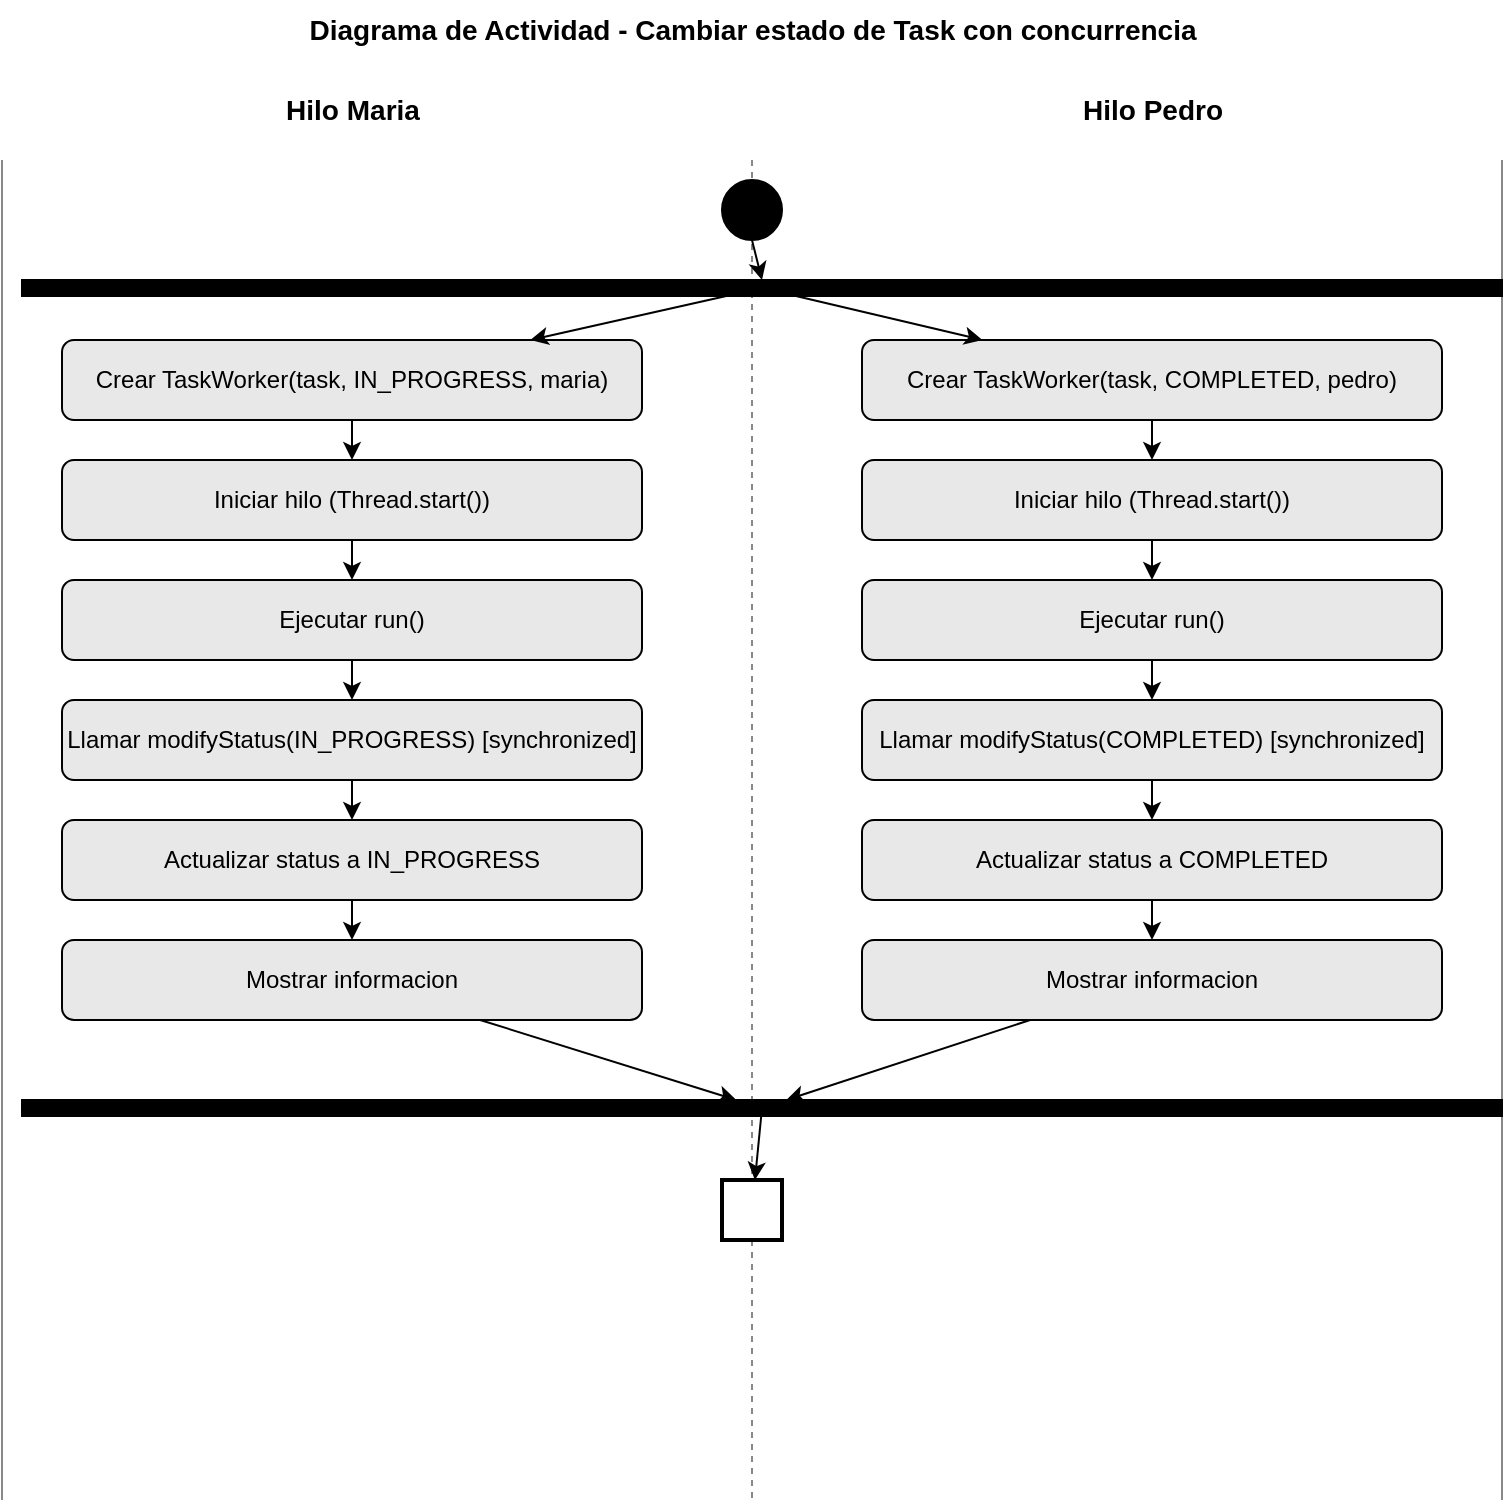
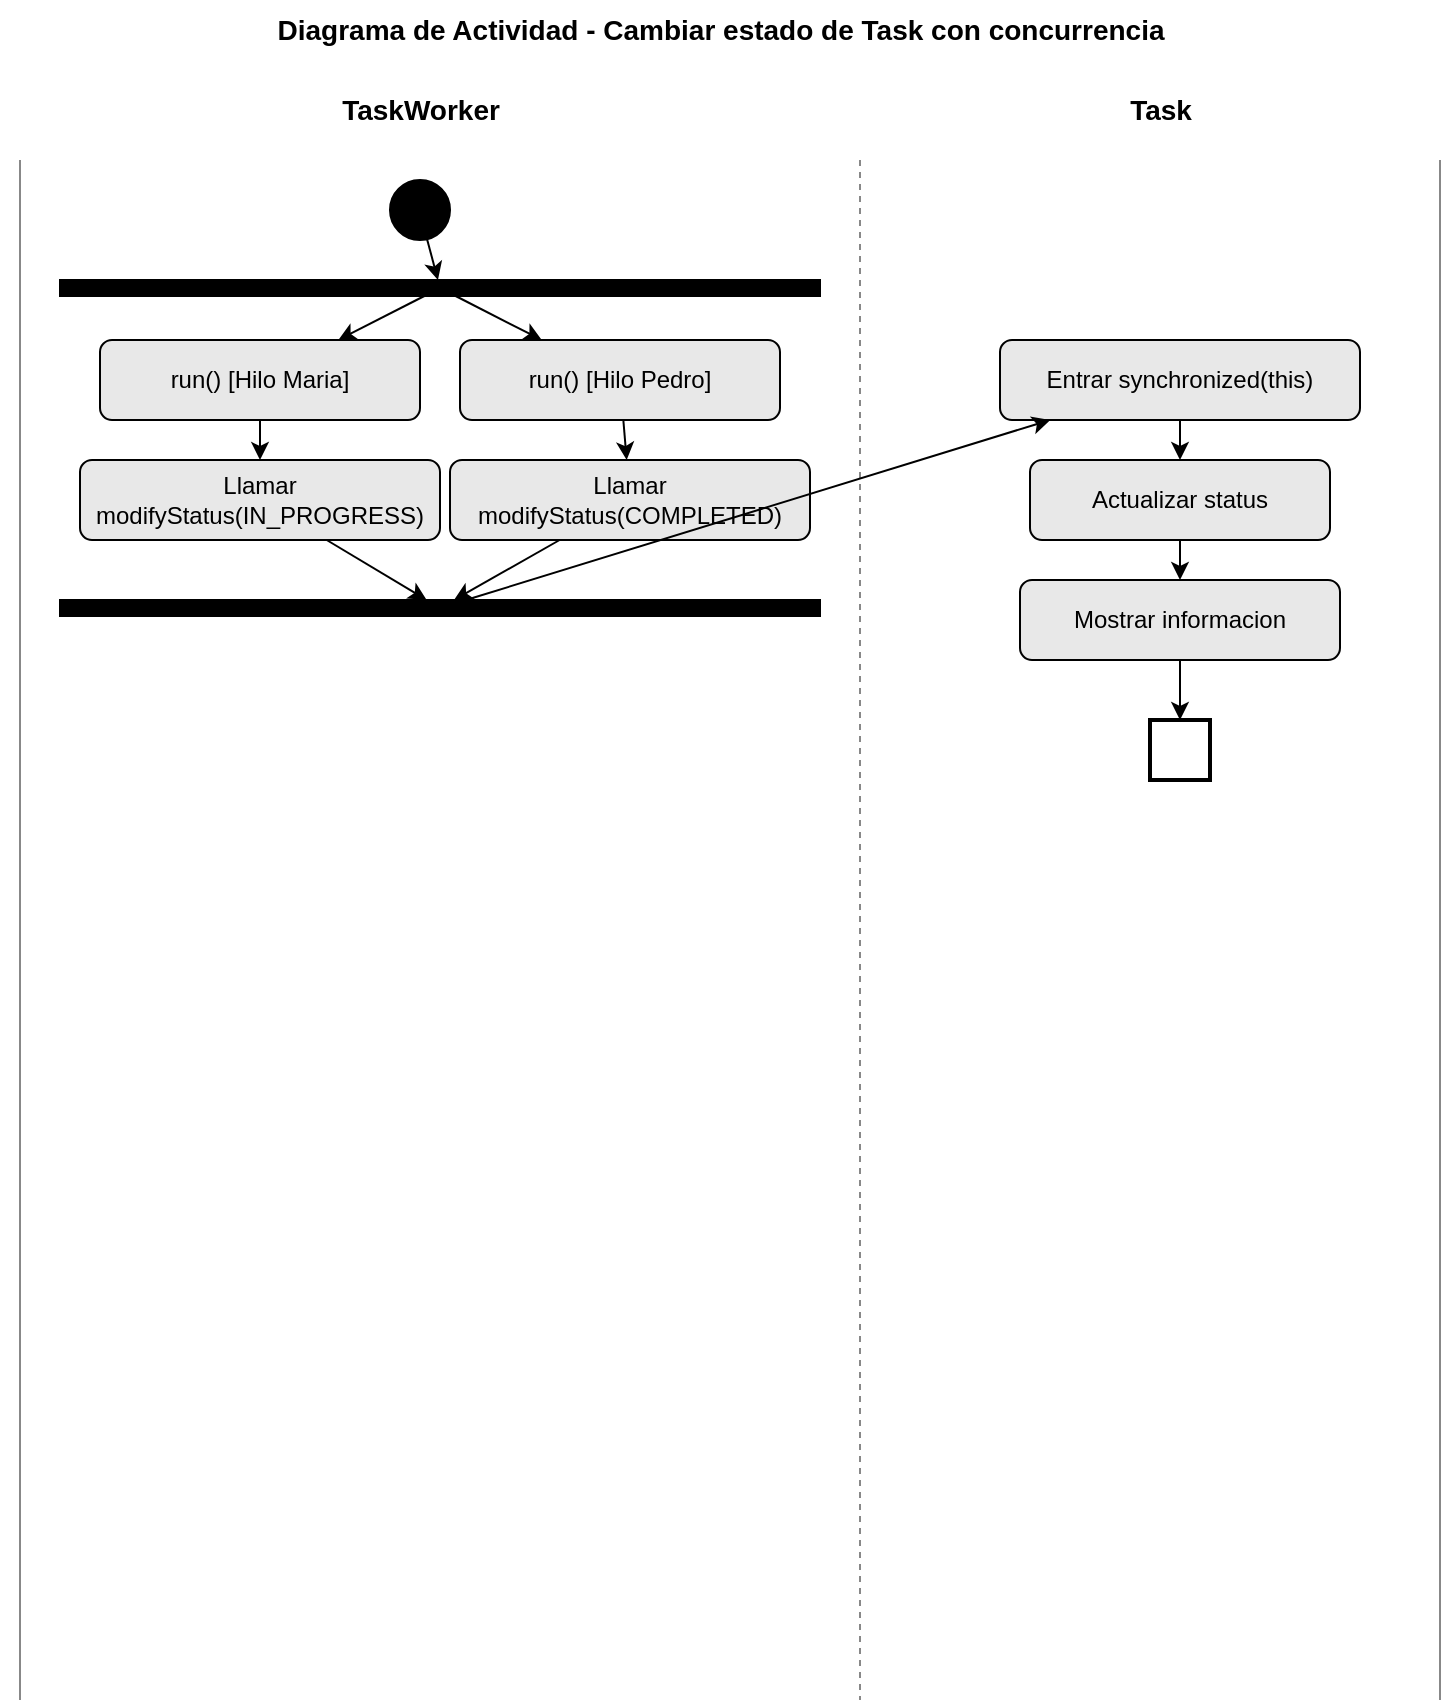
<mxfile host="app.diagrams.net" modified="2026-05-19T00:00:00.000Z" version="22.0.0">
  <diagram name="Actividad" id="actividad-1">
-     <mxGraphModel dx="900" dy="700" grid="1" gridSize="10" guides="1" tooltips="1" connect="1" arrows="1" fold="1" page="1" pageScale="1" pageWidth="850" pageHeight="800" math="0" shadow="0">
+     <mxGraphModel dx="900" dy="900" grid="1" gridSize="10" guides="1" tooltips="1" connect="1" arrows="1" fold="1" page="1" pageScale="1" pageWidth="800" pageHeight="900" math="0" shadow="0">
      <root>
        <mxCell id="0" />
        <mxCell id="1" parent="0" />

        <mxCell id="title" value="Diagrama de Actividad - Cambiar estado de Task con concurrencia" style="text;html=1;align=center;verticalAlign=middle;fontSize=14;fontStyle=1" vertex="1" parent="1">
-           <mxGeometry x="60" y="10" width="730" height="30" as="geometry" />
+           <mxGeometry x="40" y="10" width="720" height="30" as="geometry" />
        </mxCell>

-         <mxCell id="lane1lbl" value="Hilo Maria" style="text;html=1;align=center;verticalAlign=middle;fontSize=14;fontStyle=1" vertex="1" parent="1">
-           <mxGeometry x="80" y="50" width="290" height="30" as="geometry" />
+         <mxCell id="lane1lbl" value="TaskWorker" style="text;html=1;align=center;verticalAlign=middle;fontSize=14;fontStyle=1" vertex="1" parent="1">
+           <mxGeometry x="60" y="50" width="380" height="30" as="geometry" />
        </mxCell>
-         <mxCell id="lane2lbl" value="Hilo Pedro" style="text;html=1;align=center;verticalAlign=middle;fontSize=14;fontStyle=1" vertex="1" parent="1">
-           <mxGeometry x="480" y="50" width="290" height="30" as="geometry" />
+         <mxCell id="lane2lbl" value="Task" style="text;html=1;align=center;verticalAlign=middle;fontSize=14;fontStyle=1" vertex="1" parent="1">
+           <mxGeometry x="500" y="50" width="240" height="30" as="geometry" />
        </mxCell>

        <mxCell id="ls1" style="endArrow=none;html=1;strokeColor=#888888" edge="1" parent="1">
          <mxGeometry relative="1" as="geometry">
            <mxPoint x="50" y="90" as="sourcePoint" />
-             <mxPoint x="50" y="760" as="targetPoint" />
+             <mxPoint x="50" y="860" as="targetPoint" />
          </mxGeometry>
        </mxCell>
        <mxCell id="ls2" style="endArrow=none;html=1;strokeColor=#888888;dashed=1" edge="1" parent="1">
          <mxGeometry relative="1" as="geometry">
-             <mxPoint x="425" y="90" as="sourcePoint" />
-             <mxPoint x="425" y="760" as="targetPoint" />
+             <mxPoint x="470" y="90" as="sourcePoint" />
+             <mxPoint x="470" y="860" as="targetPoint" />
          </mxGeometry>
        </mxCell>
        <mxCell id="ls3" style="endArrow=none;html=1;strokeColor=#888888" edge="1" parent="1">
          <mxGeometry relative="1" as="geometry">
-             <mxPoint x="800" y="90" as="sourcePoint" />
-             <mxPoint x="800" y="760" as="targetPoint" />
+             <mxPoint x="760" y="90" as="sourcePoint" />
+             <mxPoint x="760" y="860" as="targetPoint" />
          </mxGeometry>
        </mxCell>

        <mxCell id="start" value="" style="ellipse;fillColor=#000000;strokeColor=#000000" vertex="1" parent="1">
-           <mxGeometry x="410" y="100" width="30" height="30" as="geometry" />
+           <mxGeometry x="235" y="100" width="30" height="30" as="geometry" />
        </mxCell>

        <mxCell id="forkbar" value="" style="rounded=0;whiteSpace=wrap;html=1;fillColor=#000000;strokeColor=#000000" vertex="1" parent="1">
-           <mxGeometry x="60" y="150" width="740" height="8" as="geometry" />
+           <mxGeometry x="70" y="150" width="380" height="8" as="geometry" />
        </mxCell>

-         <mxCell id="m1" value="Crear TaskWorker(task, IN_PROGRESS, maria)" style="rounded=1;whiteSpace=wrap;html=1;fillColor=#E8E8E8;strokeColor=#000000" vertex="1" parent="1">
-           <mxGeometry x="80" y="180" width="290" height="40" as="geometry" />
+         <mxCell id="mw1" value="run() [Hilo Maria]" style="rounded=1;whiteSpace=wrap;html=1;fillColor=#E8E8E8;strokeColor=#000000" vertex="1" parent="1">
+           <mxGeometry x="90" y="180" width="160" height="40" as="geometry" />
        </mxCell>
-         <mxCell id="m2" value="Iniciar hilo (Thread.start())" style="rounded=1;whiteSpace=wrap;html=1;fillColor=#E8E8E8;strokeColor=#000000" vertex="1" parent="1">
-           <mxGeometry x="80" y="240" width="290" height="40" as="geometry" />
-         </mxCell>
-         <mxCell id="m3" value="Ejecutar run()" style="rounded=1;whiteSpace=wrap;html=1;fillColor=#E8E8E8;strokeColor=#000000" vertex="1" parent="1">
-           <mxGeometry x="80" y="300" width="290" height="40" as="geometry" />
-         </mxCell>
-         <mxCell id="m4" value="Llamar modifyStatus(IN_PROGRESS) [synchronized]" style="rounded=1;whiteSpace=wrap;html=1;fillColor=#E8E8E8;strokeColor=#000000" vertex="1" parent="1">
-           <mxGeometry x="80" y="360" width="290" height="40" as="geometry" />
-         </mxCell>
-         <mxCell id="m5" value="Actualizar status a IN_PROGRESS" style="rounded=1;whiteSpace=wrap;html=1;fillColor=#E8E8E8;strokeColor=#000000" vertex="1" parent="1">
-           <mxGeometry x="80" y="420" width="290" height="40" as="geometry" />
-         </mxCell>
-         <mxCell id="m6" value="Mostrar informacion" style="rounded=1;whiteSpace=wrap;html=1;fillColor=#E8E8E8;strokeColor=#000000" vertex="1" parent="1">
-           <mxGeometry x="80" y="480" width="290" height="40" as="geometry" />
+         <mxCell id="mw2" value="Llamar modifyStatus(IN_PROGRESS)" style="rounded=1;whiteSpace=wrap;html=1;fillColor=#E8E8E8;strokeColor=#000000" vertex="1" parent="1">
+           <mxGeometry x="80" y="240" width="180" height="40" as="geometry" />
        </mxCell>

-         <mxCell id="p1" value="Crear TaskWorker(task, COMPLETED, pedro)" style="rounded=1;whiteSpace=wrap;html=1;fillColor=#E8E8E8;strokeColor=#000000" vertex="1" parent="1">
-           <mxGeometry x="480" y="180" width="290" height="40" as="geometry" />
+         <mxCell id="pw1" value="run() [Hilo Pedro]" style="rounded=1;whiteSpace=wrap;html=1;fillColor=#E8E8E8;strokeColor=#000000" vertex="1" parent="1">
+           <mxGeometry x="270" y="180" width="160" height="40" as="geometry" />
        </mxCell>
-         <mxCell id="p2" value="Iniciar hilo (Thread.start())" style="rounded=1;whiteSpace=wrap;html=1;fillColor=#E8E8E8;strokeColor=#000000" vertex="1" parent="1">
-           <mxGeometry x="480" y="240" width="290" height="40" as="geometry" />
-         </mxCell>
-         <mxCell id="p3" value="Ejecutar run()" style="rounded=1;whiteSpace=wrap;html=1;fillColor=#E8E8E8;strokeColor=#000000" vertex="1" parent="1">
-           <mxGeometry x="480" y="300" width="290" height="40" as="geometry" />
-         </mxCell>
-         <mxCell id="p4" value="Llamar modifyStatus(COMPLETED) [synchronized]" style="rounded=1;whiteSpace=wrap;html=1;fillColor=#E8E8E8;strokeColor=#000000" vertex="1" parent="1">
-           <mxGeometry x="480" y="360" width="290" height="40" as="geometry" />
-         </mxCell>
-         <mxCell id="p5" value="Actualizar status a COMPLETED" style="rounded=1;whiteSpace=wrap;html=1;fillColor=#E8E8E8;strokeColor=#000000" vertex="1" parent="1">
-           <mxGeometry x="480" y="420" width="290" height="40" as="geometry" />
-         </mxCell>
-         <mxCell id="p6" value="Mostrar informacion" style="rounded=1;whiteSpace=wrap;html=1;fillColor=#E8E8E8;strokeColor=#000000" vertex="1" parent="1">
-           <mxGeometry x="480" y="480" width="290" height="40" as="geometry" />
+         <mxCell id="pw2" value="Llamar modifyStatus(COMPLETED)" style="rounded=1;whiteSpace=wrap;html=1;fillColor=#E8E8E8;strokeColor=#000000" vertex="1" parent="1">
+           <mxGeometry x="265" y="240" width="180" height="40" as="geometry" />
        </mxCell>

        <mxCell id="joinbar" value="" style="rounded=0;whiteSpace=wrap;html=1;fillColor=#000000;strokeColor=#000000" vertex="1" parent="1">
-           <mxGeometry x="60" y="560" width="740" height="8" as="geometry" />
+           <mxGeometry x="70" y="310" width="380" height="8" as="geometry" />
+         </mxCell>
+ 
+         <mxCell id="t1" value="Entrar synchronized(this)" style="rounded=1;whiteSpace=wrap;html=1;fillColor=#E8E8E8;strokeColor=#000000" vertex="1" parent="1">
+           <mxGeometry x="540" y="180" width="180" height="40" as="geometry" />
+         </mxCell>
+         <mxCell id="t2" value="Actualizar status" style="rounded=1;whiteSpace=wrap;html=1;fillColor=#E8E8E8;strokeColor=#000000" vertex="1" parent="1">
+           <mxGeometry x="555" y="240" width="150" height="40" as="geometry" />
+         </mxCell>
+         <mxCell id="t3" value="Mostrar informacion" style="rounded=1;whiteSpace=wrap;html=1;fillColor=#E8E8E8;strokeColor=#000000" vertex="1" parent="1">
+           <mxGeometry x="550" y="300" width="160" height="40" as="geometry" />
        </mxCell>

        <mxCell id="end" value="" style="endState;fillColor=#FFFFFF;strokeColor=#000000;strokeWidth=2" vertex="1" parent="1">
-           <mxGeometry x="410" y="600" width="30" height="30" as="geometry" />
+           <mxGeometry x="615" y="370" width="30" height="30" as="geometry" />
        </mxCell>

-         <mxCell id="e1" style="endArrow=classic;html=1;strokeColor=#000000;exitX=0.5;exitY=1;entryX=0.5;entryY=0" edge="1" parent="1" source="start" target="forkbar">
+         <mxCell id="e1" style="endArrow=classic;html=1;strokeColor=#000000" edge="1" parent="1" source="start" target="forkbar">
          <mxGeometry relative="1" as="geometry" />
        </mxCell>
-         <mxCell id="e2" style="endArrow=classic;html=1;strokeColor=#000000" edge="1" parent="1" source="forkbar" target="m1">
+         <mxCell id="e2" style="endArrow=classic;html=1;strokeColor=#000000" edge="1" parent="1" source="forkbar" target="mw1">
          <mxGeometry relative="1" as="geometry" />
        </mxCell>
-         <mxCell id="e3" style="endArrow=classic;html=1;strokeColor=#000000" edge="1" parent="1" source="m1" target="m2">
+         <mxCell id="e3" style="endArrow=classic;html=1;strokeColor=#000000" edge="1" parent="1" source="mw1" target="mw2">
          <mxGeometry relative="1" as="geometry" />
        </mxCell>
-         <mxCell id="e4" style="endArrow=classic;html=1;strokeColor=#000000" edge="1" parent="1" source="m2" target="m3">
+         <mxCell id="e4" style="endArrow=classic;html=1;strokeColor=#000000" edge="1" parent="1" source="forkbar" target="pw1">
          <mxGeometry relative="1" as="geometry" />
        </mxCell>
-         <mxCell id="e5" style="endArrow=classic;html=1;strokeColor=#000000" edge="1" parent="1" source="m3" target="m4">
+         <mxCell id="e5" style="endArrow=classic;html=1;strokeColor=#000000" edge="1" parent="1" source="pw1" target="pw2">
          <mxGeometry relative="1" as="geometry" />
        </mxCell>
-         <mxCell id="e6" style="endArrow=classic;html=1;strokeColor=#000000" edge="1" parent="1" source="m4" target="m5">
+         <mxCell id="e6" style="endArrow=classic;html=1;strokeColor=#000000" edge="1" parent="1" source="mw2" target="joinbar">
          <mxGeometry relative="1" as="geometry" />
        </mxCell>
-         <mxCell id="e7" style="endArrow=classic;html=1;strokeColor=#000000" edge="1" parent="1" source="m5" target="m6">
+         <mxCell id="e7" style="endArrow=classic;html=1;strokeColor=#000000" edge="1" parent="1" source="pw2" target="joinbar">
          <mxGeometry relative="1" as="geometry" />
        </mxCell>
-         <mxCell id="e8" style="endArrow=classic;html=1;strokeColor=#000000" edge="1" parent="1" source="m6" target="joinbar">
+         <mxCell id="eCross" style="endArrow=classic;html=1;strokeColor=#000000" edge="1" parent="1" source="joinbar" target="t1">
          <mxGeometry relative="1" as="geometry" />
        </mxCell>
- 
-         <mxCell id="ep1" style="endArrow=classic;html=1;strokeColor=#000000" edge="1" parent="1" source="forkbar" target="p1">
+         <mxCell id="et1" style="endArrow=classic;html=1;strokeColor=#000000" edge="1" parent="1" source="t1" target="t2">
          <mxGeometry relative="1" as="geometry" />
        </mxCell>
-         <mxCell id="ep2" style="endArrow=classic;html=1;strokeColor=#000000" edge="1" parent="1" source="p1" target="p2">
+         <mxCell id="et2" style="endArrow=classic;html=1;strokeColor=#000000" edge="1" parent="1" source="t2" target="t3">
          <mxGeometry relative="1" as="geometry" />
        </mxCell>
-         <mxCell id="ep3" style="endArrow=classic;html=1;strokeColor=#000000" edge="1" parent="1" source="p2" target="p3">
-           <mxGeometry relative="1" as="geometry" />
-         </mxCell>
-         <mxCell id="ep4" style="endArrow=classic;html=1;strokeColor=#000000" edge="1" parent="1" source="p3" target="p4">
-           <mxGeometry relative="1" as="geometry" />
-         </mxCell>
-         <mxCell id="ep5" style="endArrow=classic;html=1;strokeColor=#000000" edge="1" parent="1" source="p4" target="p5">
-           <mxGeometry relative="1" as="geometry" />
-         </mxCell>
-         <mxCell id="ep6" style="endArrow=classic;html=1;strokeColor=#000000" edge="1" parent="1" source="p5" target="p6">
-           <mxGeometry relative="1" as="geometry" />
-         </mxCell>
-         <mxCell id="ep7" style="endArrow=classic;html=1;strokeColor=#000000" edge="1" parent="1" source="p6" target="joinbar">
-           <mxGeometry relative="1" as="geometry" />
-         </mxCell>
- 
-         <mxCell id="ee" style="endArrow=classic;html=1;strokeColor=#000000" edge="1" parent="1" source="joinbar" target="end">
+         <mxCell id="et3" style="endArrow=classic;html=1;strokeColor=#000000" edge="1" parent="1" source="t3" target="end">
          <mxGeometry relative="1" as="geometry" />
        </mxCell>

      </root>
    </mxGraphModel>
  </diagram>
</mxfile>
